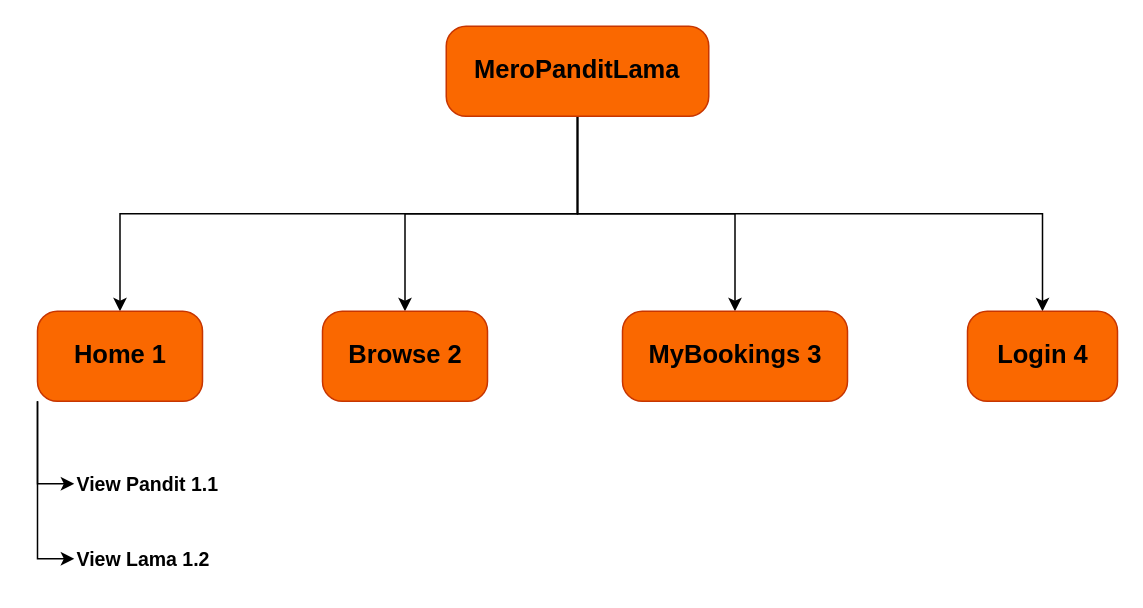
The draw.io diagram Untitled Diagram.drawio in Shinigami1593/YATRA_SEM_5-WEB-API-, before the edit. Source tidied: cells renumbered, new cells numbered last; positions are measured from the earlier drawing's top-left corner, leaving out a move shared by most shapes. Both pictures are drawn from the tidied source at 150%, with x=0, y=0 at pixel (38, 26).
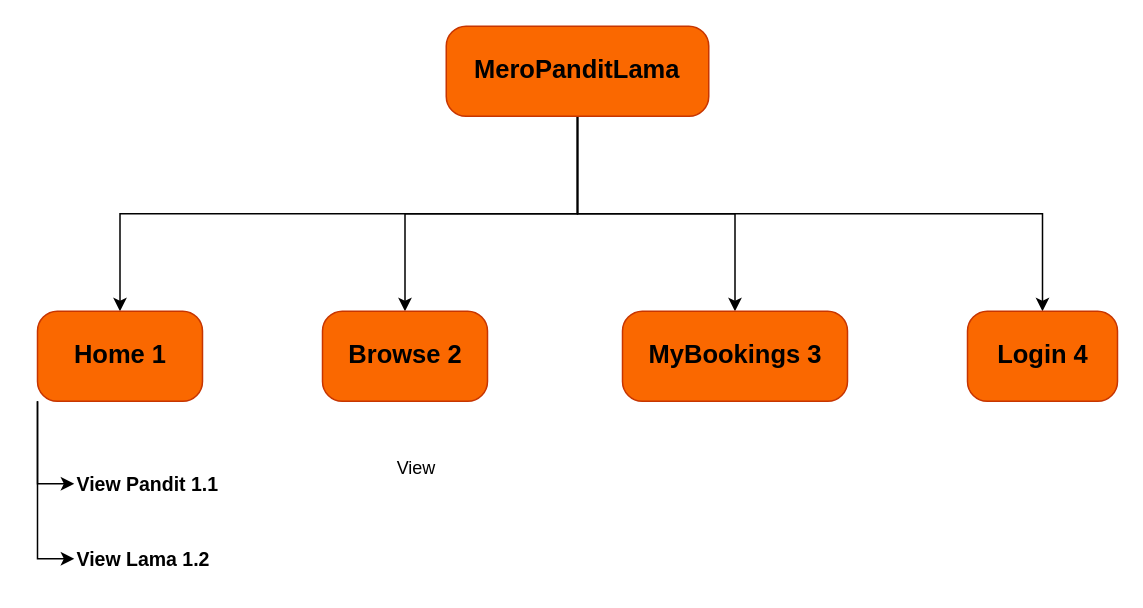
The same page after the edit.

What changed in the source:
```diff
@@
 <mxGraphModel>
   <root>
     <mxCell id="0" />
     <mxCell id="1" parent="0" />
     <mxCell id="2" style="edgeStyle=orthogonalEdgeStyle;rounded=0;jettySize=auto;html=1;exitX=0.5;exitY=1;exitDx=0;exitDy=0;entryX=0.5;entryY=0;entryDx=0;entryDy=0;exitPerimeter=0;" parent="1" edge="1" source="6" target="9">
       <mxGeometry relative="1" as="geometry" />
     </mxCell>
     <mxCell id="3" style="edgeStyle=orthogonalEdgeStyle;rounded=0;jettySize=auto;html=1;exitX=0.5;exitY=1;exitDx=0;exitDy=0;entryX=0.5;entryY=0;entryDx=0;entryDy=0;" parent="1" edge="1" source="6" target="10">
       <mxGeometry relative="1" as="geometry" />
     </mxCell>
     <mxCell id="4" style="edgeStyle=orthogonalEdgeStyle;rounded=0;jettySize=auto;html=1;exitX=0.5;exitY=1;exitDx=0;exitDy=0;entryX=0.5;entryY=0;entryDx=0;entryDy=0;" parent="1" edge="1" source="6" target="11">
       <mxGeometry relative="1" as="geometry" />
     </mxCell>
     <mxCell id="5" style="edgeStyle=orthogonalEdgeStyle;rounded=0;jettySize=auto;html=1;exitX=0.5;exitY=1;exitDx=0;exitDy=0;entryX=0.5;entryY=0;entryDx=0;entryDy=0;" parent="1" edge="1" source="6" target="12">
       <mxGeometry relative="1" as="geometry" />
     </mxCell>
     <mxCell id="6" value="&lt;b&gt;MeroPanditLama&lt;/b&gt;" style="rounded=1;whiteSpace=wrap;html=1;fillColor=#fa6800;fontColor=#000000;strokeColor=#C73500;gradientColor=none;fontSize=17;arcSize=22;" parent="1" vertex="1">
       <mxGeometry x="272" width="175" height="60" as="geometry" />
     </mxCell>
     <mxCell id="7" style="edgeStyle=orthogonalEdgeStyle;rounded=0;jettySize=auto;html=1;exitX=0;exitY=1;exitDx=0;exitDy=0;entryX=0;entryY=0.5;entryDx=0;entryDy=0;" parent="1" edge="1" source="9" target="13">
       <mxGeometry relative="1" as="geometry" />
     </mxCell>
     <mxCell id="8" style="edgeStyle=orthogonalEdgeStyle;rounded=0;jettySize=auto;html=1;exitX=0;exitY=1;exitDx=0;exitDy=0;entryX=0;entryY=0.5;entryDx=0;entryDy=0;" parent="1" edge="1" source="9" target="14">
       <mxGeometry relative="1" as="geometry" />
     </mxCell>
     <mxCell id="9" value="&lt;b&gt;Home 1&lt;/b&gt;" style="rounded=1;whiteSpace=wrap;html=1;fillColor=#fa6800;fontColor=#000000;strokeColor=#C73500;gradientColor=none;fontSize=17;arcSize=22;" parent="1" vertex="1">
       <mxGeometry x="-0.5" y="190" width="110" height="60" as="geometry" />
     </mxCell>
     <mxCell id="10" value="&lt;b&gt;Browse 2&lt;/b&gt;" style="rounded=1;whiteSpace=wrap;html=1;fillColor=#fa6800;fontColor=#000000;strokeColor=#C73500;gradientColor=none;fontSize=17;arcSize=22;" parent="1" vertex="1">
       <mxGeometry x="189.5" y="190" width="110" height="60" as="geometry" />
     </mxCell>
     <mxCell id="11" value="&lt;b&gt;MyBookings 3&lt;/b&gt;" style="rounded=1;whiteSpace=wrap;html=1;fillColor=#fa6800;fontColor=#000000;strokeColor=#C73500;gradientColor=none;fontSize=17;arcSize=22;" parent="1" vertex="1">
       <mxGeometry x="389.5" y="190" width="150" height="60" as="geometry" />
     </mxCell>
     <mxCell id="12" value="&lt;b&gt;Login 4&lt;/b&gt;" style="rounded=1;whiteSpace=wrap;html=1;fillColor=#fa6800;fontColor=#000000;strokeColor=#C73500;gradientColor=none;fontSize=17;arcSize=22;" parent="1" vertex="1">
       <mxGeometry x="619.5" y="190" width="100" height="60" as="geometry" />
     </mxCell>
     <mxCell id="13" value="&lt;div align=&quot;left&quot;&gt;&lt;b&gt;View Pandit 1.1&lt;/b&gt;&lt;/div&gt;" style="text;html=1;whiteSpace=wrap;strokeColor=none;fillColor=none;align=left;verticalAlign=middle;rounded=0;fontSize=13;" parent="1" vertex="1">
       <mxGeometry x="24" y="290" width="124.1" height="30" as="geometry" />
     </mxCell>
     <mxCell id="14" value="&lt;div align=&quot;left&quot;&gt;&lt;b&gt;View Lama 1.2&lt;/b&gt;&lt;/div&gt;" style="text;html=1;whiteSpace=wrap;strokeColor=none;fillColor=none;align=left;verticalAlign=middle;rounded=0;fontSize=13;" parent="1" vertex="1">
       <mxGeometry x="24" y="340" width="124.1" height="30" as="geometry" />
     </mxCell>
+    <mxCell id="15" value="View&amp;nbsp;" style="text;html=1;whiteSpace=wrap;strokeColor=none;fillColor=none;align=center;verticalAlign=middle;rounded=0;" parent="1" vertex="1">
+      <mxGeometry x="224" y="280" width="60" height="30" as="geometry" />
+    </mxCell>
   </root>
 </mxGraphModel>
```
